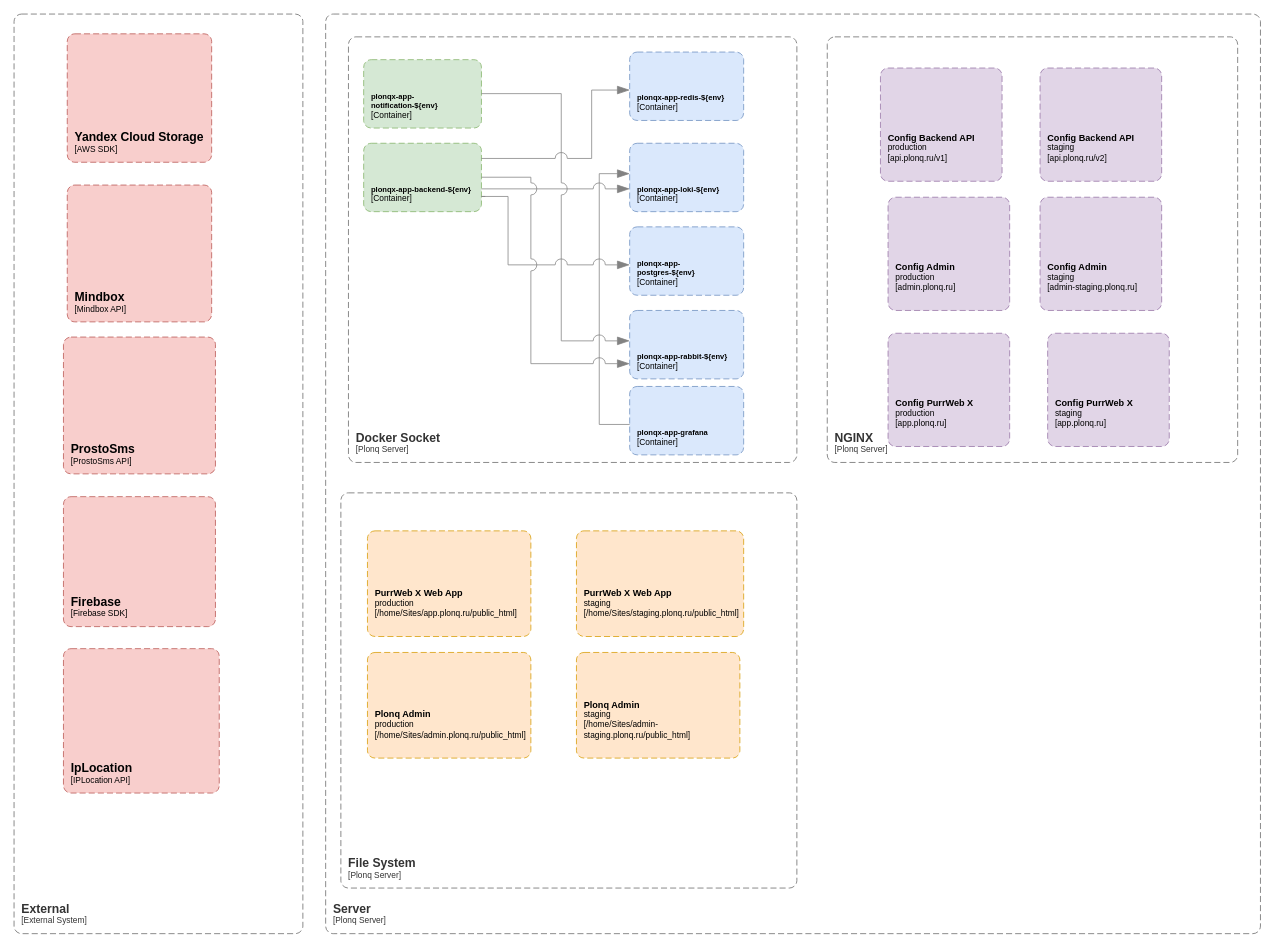
Above: Диаграмма без названия.drawio in kirill-misiuk/Task (draw.io), before the change. Source tidied: cells renumbered, new cells numbered last; positions are measured from the earlier drawing's top-left corner, leaving out a move shared by most shapes. Both pictures are drawn from the tidied source at 76%, with x=0, y=0 at pixel (14, 14).
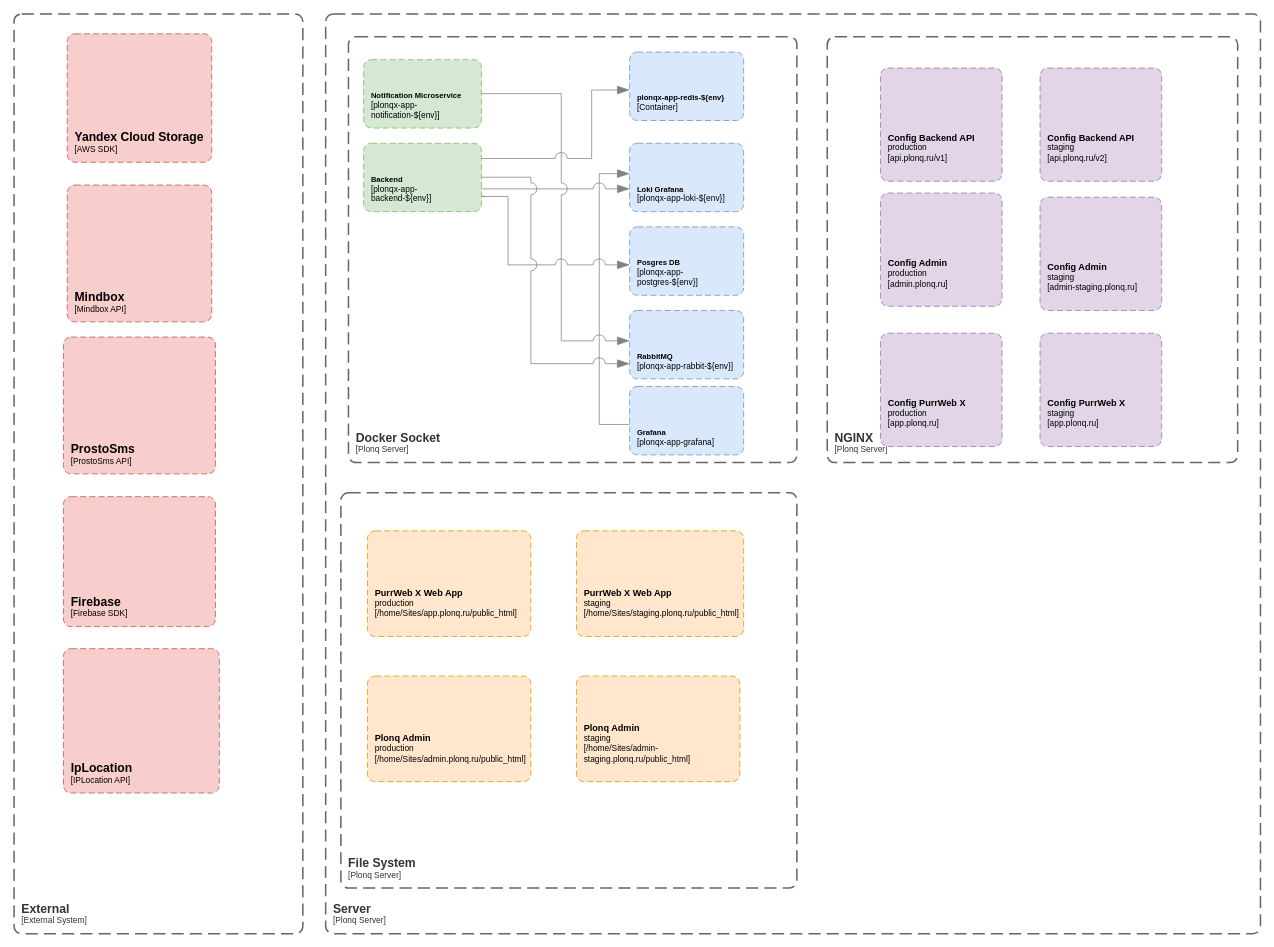
After the change.

Diff of the diagram source:
```diff
@@
     <object id="2" label="&lt;font style=&quot;font-size: 16px&quot;&gt;&lt;b&gt;&lt;div style=&quot;text-align: left&quot;&gt;%c4Name%&lt;/div&gt;&lt;/b&gt;&lt;/font&gt;&lt;div style=&quot;text-align: left&quot;&gt;[%c4Application%]&lt;/div&gt;" c4Application="Plonq Server" c4Name="Docker Socket" placeholders="1">
-      <mxCell style="rounded=1;fontSize=11;whiteSpace=wrap;html=1;dashed=1;arcSize=20;fillColor=none;strokeColor=#666666;fontColor=#333333;labelBackgroundColor=none;align=left;verticalAlign=bottom;labelBorderColor=none;spacingTop=0;spacing=10;dashPattern=8 4;perimeter=rectanglePerimeter;noLabel=0;labelPadding=0;absoluteArcSize=1;" parent="1" vertex="1">
+      <mxCell style="rounded=1;fontSize=11;whiteSpace=wrap;html=1;dashed=1;arcSize=20;fillColor=none;strokeColor=#666666;fontColor=#333333;labelBackgroundColor=none;align=left;verticalAlign=bottom;labelBorderColor=none;spacingTop=0;spacing=10;dashPattern=8 4;perimeter=rectanglePerimeter;noLabel=0;labelPadding=0;absoluteArcSize=1;strokeWidth=2;" parent="1" vertex="1">
         <mxGeometry x="440" y="30" width="590" height="560" as="geometry" />
       </mxCell>
     </object>
-    <object id="3" label="&lt;font style=&quot;font-size: 10px&quot;&gt;&lt;b&gt;&lt;div style=&quot;text-align: left&quot;&gt;%c4Name%&lt;/div&gt;&lt;/b&gt;&lt;/font&gt;&lt;div style=&quot;text-align: left&quot;&gt;[%c4Application%]&lt;/div&gt;" c4Application="Container" c4Name="plonqx-app-backend-${env}" placeholders="1">
+    <object id="3" label="&lt;font style=&quot;font-size: 10px&quot;&gt;&lt;b&gt;&lt;div style=&quot;text-align: left&quot;&gt;%c4Name%&lt;/div&gt;&lt;/b&gt;&lt;/font&gt;&lt;div style=&quot;text-align: left&quot;&gt;[%c4Application%]&lt;/div&gt;" c4Application="plonqx-app-backend-${env}" c4Name="Backend" placeholders="1">
       <mxCell style="rounded=1;fontSize=11;whiteSpace=wrap;html=1;dashed=1;arcSize=20;fillColor=#d5e8d4;strokeColor=#82b366;labelBackgroundColor=none;align=left;verticalAlign=bottom;labelBorderColor=none;spacingTop=0;spacing=10;dashPattern=8 4;perimeter=rectanglePerimeter;noLabel=0;labelPadding=0;absoluteArcSize=1;" parent="1" vertex="1">
         <mxGeometry x="460" y="170" width="155" height="90" as="geometry" />
       </mxCell>
     </object>
-    <object id="4" label="&lt;font style=&quot;font-size: 10px&quot;&gt;&lt;b&gt;&lt;div style=&quot;text-align: left&quot;&gt;%c4Name%&lt;/div&gt;&lt;/b&gt;&lt;/font&gt;&lt;div style=&quot;text-align: left&quot;&gt;[%c4Application%]&lt;/div&gt;" c4Application="Container" c4Name="plonqx-app-notification-${env}" placeholders="1">
+    <object id="4" label="&lt;font style=&quot;font-size: 10px&quot;&gt;&lt;b&gt;&lt;div style=&quot;text-align: left&quot;&gt;%c4Name%&lt;/div&gt;&lt;/b&gt;&lt;/font&gt;&lt;div style=&quot;text-align: left&quot;&gt;[%c4Application%]&lt;/div&gt;" c4Application="plonqx-app-notification-${env}" c4Name="Notification Microservice" placeholders="1">
       <mxCell style="rounded=1;fontSize=11;whiteSpace=wrap;html=1;dashed=1;arcSize=20;fillColor=#d5e8d4;strokeColor=#82b366;labelBackgroundColor=none;align=left;verticalAlign=bottom;labelBorderColor=none;spacingTop=0;spacing=10;dashPattern=8 4;perimeter=rectanglePerimeter;noLabel=0;labelPadding=0;absoluteArcSize=1;" parent="1" vertex="1">
         <mxGeometry x="460" y="60" width="155" height="90" as="geometry" />
       </mxCell>
     </object>
@@
-    <object id="6" label="&lt;font style=&quot;font-size: 10px&quot;&gt;&lt;b&gt;&lt;div style=&quot;text-align: left&quot;&gt;%c4Name%&lt;/div&gt;&lt;/b&gt;&lt;/font&gt;&lt;div style=&quot;text-align: left&quot;&gt;[%c4Application%]&lt;/div&gt;" c4Application="Container" c4Name="plonqx-app-postgres-${env}" placeholders="1">
+    <object id="6" label="&lt;font style=&quot;font-size: 10px&quot;&gt;&lt;b&gt;&lt;div style=&quot;text-align: left&quot;&gt;%c4Name%&lt;/div&gt;&lt;/b&gt;&lt;/font&gt;&lt;div style=&quot;text-align: left&quot;&gt;[%c4Application%]&lt;/div&gt;" c4Application="plonqx-app-postgres-${env}" c4Name="Posgres DB" placeholders="1">
       <mxCell style="rounded=1;fontSize=11;whiteSpace=wrap;html=1;dashed=1;arcSize=20;fillColor=#dae8fc;strokeColor=#6c8ebf;labelBackgroundColor=none;align=left;verticalAlign=bottom;labelBorderColor=none;spacingTop=0;spacing=10;dashPattern=8 4;perimeter=rectanglePerimeter;noLabel=0;labelPadding=0;absoluteArcSize=1;" parent="1" vertex="1">
         <mxGeometry x="810" y="280" width="150" height="90" as="geometry" />
       </mxCell>
     </object>
-    <object id="7" label="&lt;font style=&quot;font-size: 10px&quot;&gt;&lt;b&gt;&lt;div style=&quot;text-align: left&quot;&gt;%c4Name%&lt;/div&gt;&lt;/b&gt;&lt;/font&gt;&lt;div style=&quot;text-align: left&quot;&gt;[%c4Application%]&lt;/div&gt;" c4Application="Container" c4Name="plonqx-app-loki-${env}" placeholders="1">
+    <object id="7" label="&lt;font style=&quot;font-size: 10px&quot;&gt;&lt;b&gt;&lt;div style=&quot;text-align: left&quot;&gt;%c4Name%&lt;/div&gt;&lt;/b&gt;&lt;/font&gt;&lt;div style=&quot;text-align: left&quot;&gt;[%c4Application%]&lt;/div&gt;" c4Application="plonqx-app-loki-${env}" c4Name="Loki Grafana" placeholders="1">
       <mxCell style="rounded=1;fontSize=11;whiteSpace=wrap;html=1;dashed=1;arcSize=20;fillColor=#dae8fc;strokeColor=#6c8ebf;labelBackgroundColor=none;align=left;verticalAlign=bottom;labelBorderColor=none;spacingTop=0;spacing=10;dashPattern=8 4;perimeter=rectanglePerimeter;noLabel=0;labelPadding=0;absoluteArcSize=1;" parent="1" vertex="1">
         <mxGeometry x="810" y="170" width="150" height="90" as="geometry" />
       </mxCell>
     </object>
-    <object id="8" label="&lt;font style=&quot;font-size: 10px&quot;&gt;&lt;b&gt;&lt;div style=&quot;text-align: left&quot;&gt;%c4Name%&lt;/div&gt;&lt;/b&gt;&lt;/font&gt;&lt;div style=&quot;text-align: left&quot;&gt;[%c4Application%]&lt;/div&gt;" c4Application="Container" c4Name="plonqx-app-grafana" placeholders="1">
+    <object id="8" label="&lt;font style=&quot;font-size: 10px&quot;&gt;&lt;b&gt;&lt;div style=&quot;text-align: left&quot;&gt;%c4Name%&lt;/div&gt;&lt;/b&gt;&lt;/font&gt;&lt;div style=&quot;text-align: left&quot;&gt;[%c4Application%]&lt;/div&gt;" c4Application="plonqx-app-grafana" c4Name="Grafana" placeholders="1">
       <mxCell style="rounded=1;fontSize=11;whiteSpace=wrap;html=1;dashed=1;arcSize=20;fillColor=#dae8fc;strokeColor=#6c8ebf;labelBackgroundColor=none;align=left;verticalAlign=bottom;labelBorderColor=none;spacingTop=0;spacing=10;dashPattern=8 4;perimeter=rectanglePerimeter;noLabel=0;labelPadding=0;absoluteArcSize=1;" parent="1" vertex="1">
         <mxGeometry x="810" y="490" width="150" height="90" as="geometry" />
       </mxCell>
     </object>
-    <object id="9" label="&lt;font style=&quot;font-size: 10px&quot;&gt;&lt;b&gt;&lt;div style=&quot;text-align: left&quot;&gt;%c4Name%&lt;/div&gt;&lt;/b&gt;&lt;/font&gt;&lt;div style=&quot;text-align: left&quot;&gt;[%c4Application%]&lt;/div&gt;" c4Application="Container" c4Name="plonqx-app-rabbit-${env}" placeholders="1">
+    <object id="9" label="&lt;font style=&quot;font-size: 10px&quot;&gt;&lt;b&gt;&lt;div style=&quot;text-align: left&quot;&gt;%c4Name%&lt;/div&gt;&lt;/b&gt;&lt;/font&gt;&lt;div style=&quot;text-align: left&quot;&gt;[%c4Application%]&lt;/div&gt;" c4Application="plonqx-app-rabbit-${env}" c4Name="RabbitMQ" placeholders="1">
       <mxCell style="rounded=1;fontSize=11;whiteSpace=wrap;html=1;dashed=1;arcSize=20;fillColor=#dae8fc;strokeColor=#6c8ebf;labelBackgroundColor=none;align=left;verticalAlign=bottom;labelBorderColor=none;spacingTop=0;spacing=10;dashPattern=8 4;perimeter=rectanglePerimeter;noLabel=0;labelPadding=0;absoluteArcSize=1;" parent="1" vertex="1">
         <mxGeometry x="810" y="390" width="150" height="90" as="geometry" />
       </mxCell>
     </object>
@@
     <object id="16" label="&lt;font style=&quot;font-size: 16px&quot;&gt;&lt;b&gt;&lt;div style=&quot;text-align: left&quot;&gt;%c4Name%&lt;/div&gt;&lt;/b&gt;&lt;/font&gt;&lt;div style=&quot;text-align: left&quot;&gt;[%c4Application%]&lt;/div&gt;" c4Application="Plonq Server" c4Name="Server" placeholders="1">
-      <mxCell style="rounded=1;fontSize=11;whiteSpace=wrap;html=1;dashed=1;arcSize=20;fillColor=none;strokeColor=#666666;fontColor=#333333;labelBackgroundColor=none;align=left;verticalAlign=bottom;labelBorderColor=none;spacingTop=0;spacing=10;dashPattern=8 4;perimeter=rectanglePerimeter;noLabel=0;labelPadding=0;absoluteArcSize=1;" parent="1" vertex="1">
+      <mxCell style="rounded=1;fontSize=11;whiteSpace=wrap;html=1;dashed=1;arcSize=20;fillColor=none;strokeColor=#666666;fontColor=#333333;labelBackgroundColor=none;align=left;verticalAlign=bottom;labelBorderColor=none;spacingTop=0;spacing=10;dashPattern=8 4;perimeter=rectanglePerimeter;noLabel=0;labelPadding=0;absoluteArcSize=1;strokeWidth=2;" parent="1" vertex="1">
         <mxGeometry x="410" width="1230" height="1210" as="geometry" />
       </mxCell>
     </object>
     <object id="17" label="&lt;font style=&quot;font-size: 16px&quot;&gt;&lt;b&gt;&lt;div style=&quot;text-align: left&quot;&gt;%c4Name%&lt;/div&gt;&lt;/b&gt;&lt;/font&gt;&lt;div style=&quot;text-align: left&quot;&gt;[%c4Application%]&lt;/div&gt;" c4Application="Plonq Server" c4Name="NGINX" placeholders="1">
-      <mxCell style="rounded=1;fontSize=11;whiteSpace=wrap;html=1;dashed=1;arcSize=20;fillColor=none;strokeColor=#666666;fontColor=#333333;labelBackgroundColor=none;align=left;verticalAlign=bottom;labelBorderColor=none;spacingTop=0;spacing=10;dashPattern=8 4;perimeter=rectanglePerimeter;noLabel=0;labelPadding=0;absoluteArcSize=1;" parent="1" vertex="1">
+      <mxCell style="rounded=1;fontSize=11;whiteSpace=wrap;html=1;dashed=1;arcSize=20;fillColor=none;strokeColor=#666666;fontColor=#333333;labelBackgroundColor=none;align=left;verticalAlign=bottom;labelBorderColor=none;spacingTop=0;spacing=10;dashPattern=8 4;perimeter=rectanglePerimeter;noLabel=0;labelPadding=0;absoluteArcSize=1;strokeWidth=2;" parent="1" vertex="1">
         <mxGeometry x="1070" y="30" width="540" height="560" as="geometry" />
       </mxCell>
     </object>
     <object id="18" label="&lt;font style=&quot;font-size: 12px&quot;&gt;&lt;b&gt;&lt;div style=&quot;text-align: left&quot;&gt;%c4Name%&lt;/div&gt;&lt;/b&gt;&lt;/font&gt;&lt;div style=&quot;text-align: left&quot;&gt;%env%&lt;/div&gt;&lt;div style=&quot;text-align: left&quot;&gt;[%c4Application%]&lt;/div&gt;&#10;" c4Application="app.plonq.ru" c4Name="Config PurrWeb X" env="staging" placeholders="1">
       <mxCell style="rounded=1;fontSize=11;whiteSpace=wrap;html=1;dashed=1;arcSize=20;fillColor=#e1d5e7;strokeColor=#9673a6;labelBackgroundColor=none;align=left;verticalAlign=bottom;labelBorderColor=none;spacingTop=0;spacing=10;dashPattern=8 4;perimeter=rectanglePerimeter;noLabel=0;labelPadding=0;absoluteArcSize=1;" parent="1" vertex="1">
-        <mxGeometry x="1360" y="420" width="160" height="149" as="geometry" />
+        <mxGeometry x="1350" y="420" width="160" height="149" as="geometry" />
       </mxCell>
     </object>
     <object id="19" label="&lt;font style=&quot;font-size: 12px&quot;&gt;&lt;b&gt;&lt;div style=&quot;text-align: left&quot;&gt;%c4Name%&lt;/div&gt;&lt;/b&gt;&lt;/font&gt;&lt;div style=&quot;text-align: left&quot;&gt;%env%&lt;/div&gt;&lt;div style=&quot;text-align: left&quot;&gt;[%c4Application%]&lt;/div&gt;&#10;" c4Application="app.plonq.ru" c4Name="Config PurrWeb X" env="production" placeholders="1">
       <mxCell style="rounded=1;fontSize=11;whiteSpace=wrap;html=1;dashed=1;arcSize=20;fillColor=#e1d5e7;strokeColor=#9673a6;labelBackgroundColor=none;align=left;verticalAlign=bottom;labelBorderColor=none;spacingTop=0;spacing=10;dashPattern=8 4;perimeter=rectanglePerimeter;noLabel=0;labelPadding=0;absoluteArcSize=1;" parent="1" vertex="1">
-        <mxGeometry x="1150" y="420" width="160" height="149" as="geometry" />
+        <mxGeometry x="1140" y="420" width="160" height="149" as="geometry" />
       </mxCell>
     </object>
@@
     <object id="21" label="&lt;font style=&quot;font-size: 12px&quot;&gt;&lt;b&gt;&lt;div style=&quot;text-align: left&quot;&gt;%c4Name%&lt;/div&gt;&lt;/b&gt;&lt;/font&gt;&lt;div style=&quot;text-align: left&quot;&gt;%env%&lt;/div&gt;&lt;div style=&quot;text-align: left&quot;&gt;[%c4Application%]&lt;/div&gt;&#10;" c4Application="admin.plonq.ru" c4Name="Config Admin" env="production" placeholders="1">
       <mxCell style="rounded=1;fontSize=11;whiteSpace=wrap;html=1;dashed=1;arcSize=20;fillColor=#e1d5e7;strokeColor=#9673a6;labelBackgroundColor=none;align=left;verticalAlign=bottom;labelBorderColor=none;spacingTop=0;spacing=10;dashPattern=8 4;perimeter=rectanglePerimeter;noLabel=0;labelPadding=0;absoluteArcSize=1;" parent="1" vertex="1">
-        <mxGeometry x="1150" y="241" width="160" height="149" as="geometry" />
+        <mxGeometry x="1140" y="235.5" width="160" height="149" as="geometry" />
       </mxCell>
     </object>
@@
     <object id="24" label="&lt;font style=&quot;font-size: 16px&quot;&gt;&lt;b&gt;&lt;div style=&quot;text-align: left&quot;&gt;%c4Name%&lt;/div&gt;&lt;/b&gt;&lt;/font&gt;&lt;div style=&quot;text-align: left&quot;&gt;[%c4Application%]&lt;/div&gt;" c4Application="Plonq Server" c4Name="File System" placeholders="1">
-      <mxCell style="rounded=1;fontSize=11;whiteSpace=wrap;html=1;dashed=1;arcSize=20;fillColor=none;strokeColor=#666666;fontColor=#333333;labelBackgroundColor=none;align=left;verticalAlign=bottom;labelBorderColor=none;spacingTop=0;spacing=10;dashPattern=8 4;perimeter=rectanglePerimeter;noLabel=0;labelPadding=0;absoluteArcSize=1;" parent="1" vertex="1">
+      <mxCell style="rounded=1;fontSize=11;whiteSpace=wrap;html=1;dashed=1;arcSize=20;fillColor=none;strokeColor=#666666;fontColor=#333333;labelBackgroundColor=none;align=left;verticalAlign=bottom;labelBorderColor=none;spacingTop=0;spacing=10;dashPattern=8 4;perimeter=rectanglePerimeter;noLabel=0;labelPadding=0;absoluteArcSize=1;strokeWidth=2;" parent="1" vertex="1">
         <mxGeometry x="430" y="630" width="600" height="520" as="geometry" />
       </mxCell>
     </object>
@@
     <object id="27" label="&lt;font style=&quot;font-size: 12px&quot;&gt;&lt;b&gt;&lt;div style=&quot;text-align: left&quot;&gt;%c4Name%&lt;/div&gt;&lt;/b&gt;&lt;/font&gt;&lt;div style=&quot;text-align: left&quot;&gt;%env%&lt;/div&gt;&lt;div style=&quot;text-align: left&quot;&gt;[%c4Application%]&lt;/div&gt;&#10;" c4Application="/home/Sites/admin.plonq.ru/public_html" c4Name="Plonq Admin" env="production" placeholders="1">
       <mxCell style="rounded=1;fontSize=11;whiteSpace=wrap;html=1;dashed=1;arcSize=20;fillColor=#ffe6cc;strokeColor=#d79b00;labelBackgroundColor=none;align=left;verticalAlign=bottom;labelBorderColor=none;spacingTop=0;spacing=10;dashPattern=8 4;perimeter=rectanglePerimeter;noLabel=0;labelPadding=0;absoluteArcSize=1;" parent="1" vertex="1">
-        <mxGeometry x="465" y="840" width="215" height="139" as="geometry" />
+        <mxGeometry x="465" y="871" width="215" height="139" as="geometry" />
       </mxCell>
     </object>
     <object id="28" label="&lt;font style=&quot;font-size: 12px&quot;&gt;&lt;b&gt;&lt;div style=&quot;text-align: left&quot;&gt;%c4Name%&lt;/div&gt;&lt;/b&gt;&lt;/font&gt;&lt;div style=&quot;text-align: left&quot;&gt;%env%&lt;/div&gt;&lt;div style=&quot;text-align: left&quot;&gt;[%c4Application%]&lt;/div&gt;&#10;" c4Application="/home/Sites/admin-staging.plonq.ru/public_html" c4Name="Plonq Admin" env="staging" placeholders="1">
       <mxCell style="rounded=1;fontSize=11;whiteSpace=wrap;html=1;dashed=1;arcSize=20;fillColor=#ffe6cc;strokeColor=#d79b00;labelBackgroundColor=none;align=left;verticalAlign=bottom;labelBorderColor=none;spacingTop=0;spacing=10;dashPattern=8 4;perimeter=rectanglePerimeter;noLabel=0;labelPadding=0;absoluteArcSize=1;" parent="1" vertex="1">
-        <mxGeometry x="740" y="840" width="215" height="139" as="geometry" />
+        <mxGeometry x="740" y="871" width="215" height="139" as="geometry" />
       </mxCell>
     </object>
     <object id="29" label="&lt;font style=&quot;font-size: 16px&quot;&gt;&lt;b&gt;&lt;div style=&quot;text-align: left&quot;&gt;%c4Name%&lt;/div&gt;&lt;/b&gt;&lt;/font&gt;&lt;div style=&quot;text-align: left&quot;&gt;[%c4Application%]&lt;/div&gt;" c4Application="External System" c4Name="External" placeholders="1">
-      <mxCell style="rounded=1;fontSize=11;whiteSpace=wrap;html=1;dashed=1;arcSize=20;fillColor=none;strokeColor=#666666;fontColor=#333333;labelBackgroundColor=none;align=left;verticalAlign=bottom;labelBorderColor=none;spacingTop=0;spacing=10;dashPattern=8 4;perimeter=rectanglePerimeter;noLabel=0;labelPadding=0;absoluteArcSize=1;" parent="1" vertex="1">
+      <mxCell style="rounded=1;fontSize=11;whiteSpace=wrap;html=1;dashed=1;arcSize=20;fillColor=none;strokeColor=#666666;fontColor=#333333;labelBackgroundColor=none;align=left;verticalAlign=bottom;labelBorderColor=none;spacingTop=0;spacing=10;dashPattern=8 4;perimeter=rectanglePerimeter;noLabel=0;labelPadding=0;absoluteArcSize=1;strokeWidth=2;" parent="1" vertex="1">
         <mxGeometry width="380" height="1210" as="geometry" />
       </mxCell>
     </object>
```
